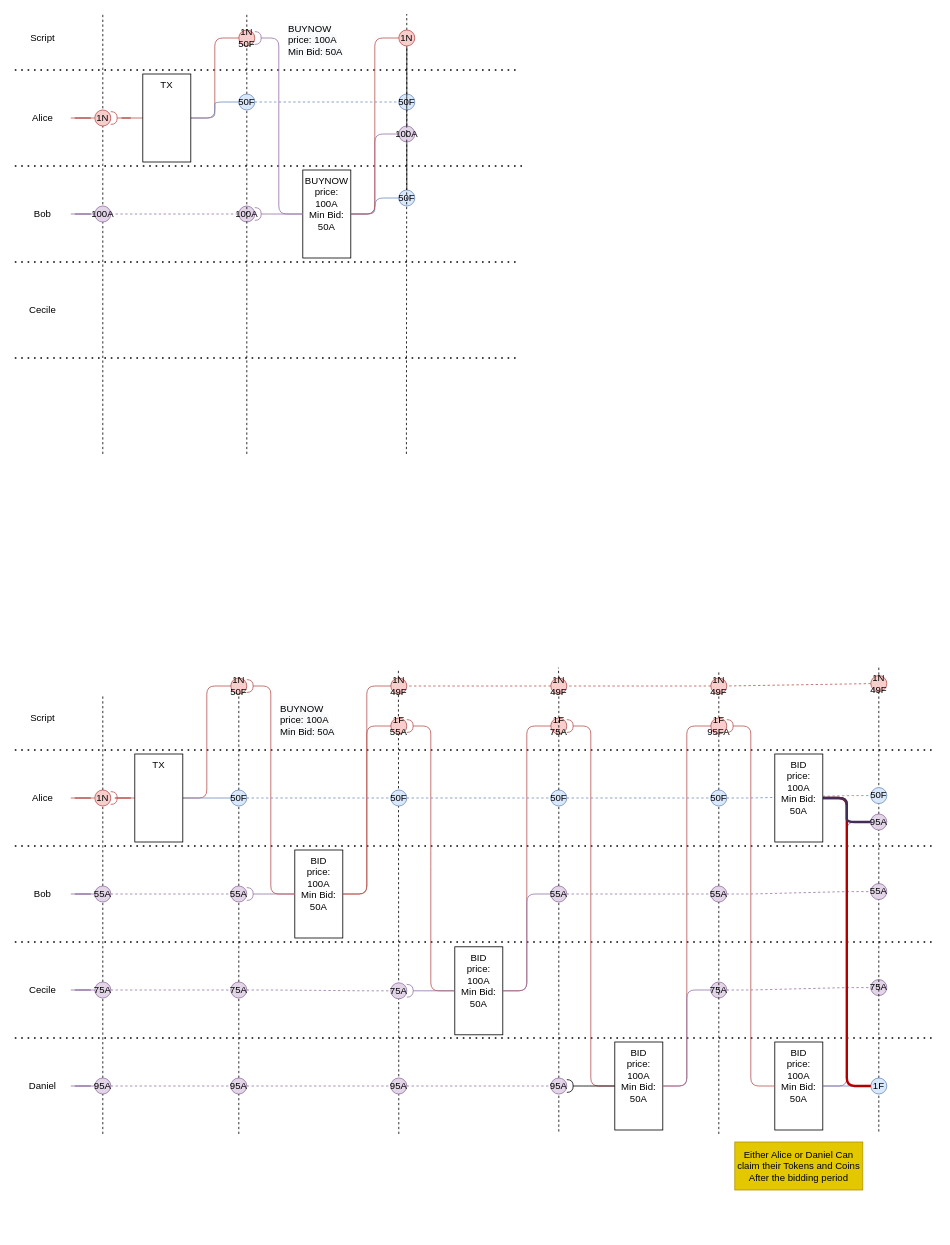
ilap/ShelleyStuffs keeps this draw.io diagram as diagrams/AuctionExample.drawio. Above is the earlier version. Source tidied: cells renumbered, new cells numbered last; positions are measured from the earlier drawing's top-left corner, leaving out a move shared by most shapes. Both pictures are drawn from the tidied source at 80%, with x=0, y=0 at pixel (14, 14).
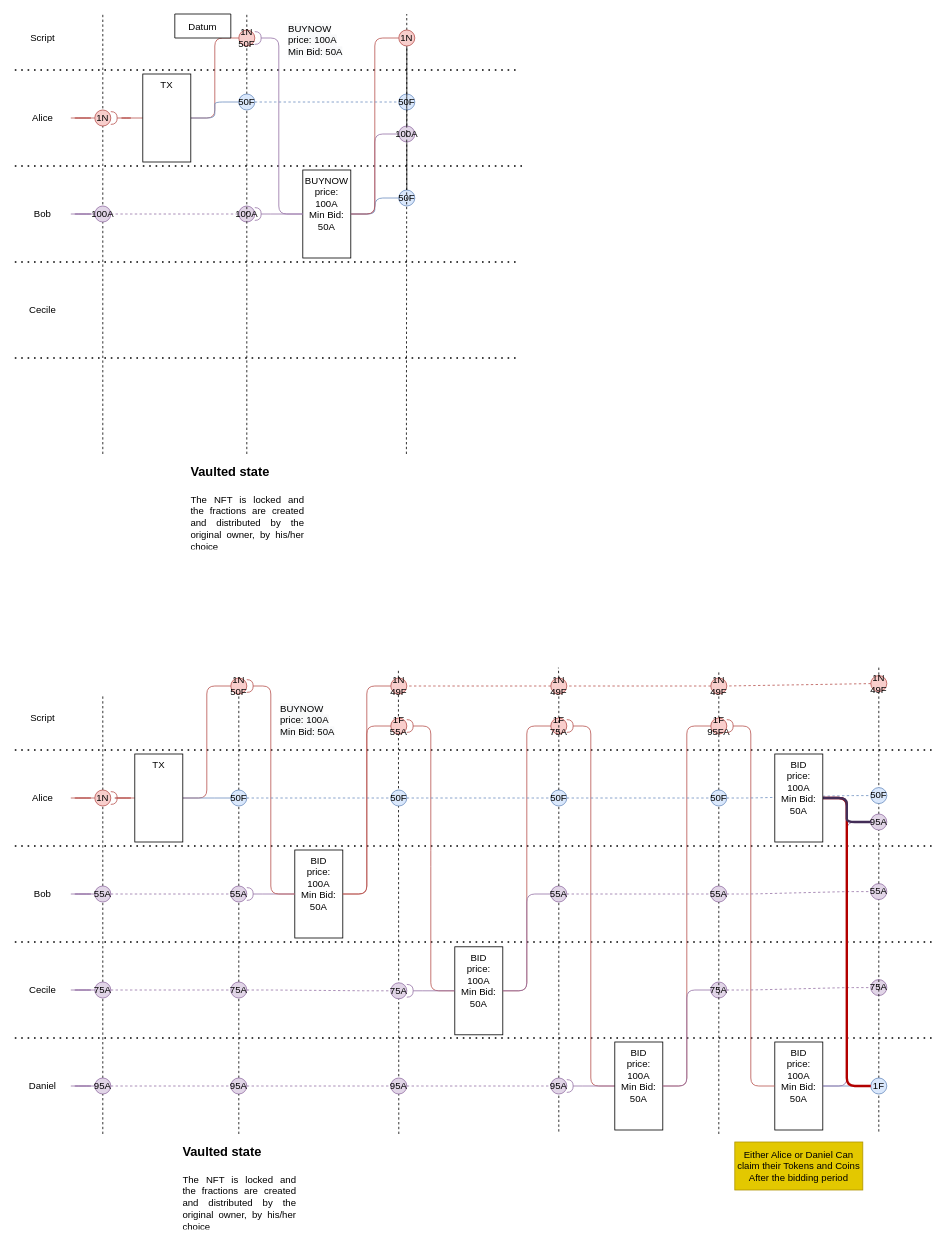
The same diagram, later.

The change refers to these unchanged cells:
```xml
<mxCell id="102" value="95A" style="ellipse;whiteSpace=wrap;html=1;fillColor=#e1d5e7;strokeColor=#9673a6;" parent="1" vertex="1">
  <mxGeometry x="670" y="1330" width="20" height="20" as="geometry" />
</mxCell>
<mxCell id="111" value="BID&lt;br&gt;price: 100A&lt;br&gt;Min Bid:&lt;br&gt;50A" style="rounded=0;whiteSpace=wrap;html=1;verticalAlign=top;" parent="1" vertex="1">
  <mxGeometry x="750" y="1285" width="60" height="110" as="geometry" />
</mxCell>
```

What changed in the source:
```diff
@@
-    <mxCell id="101" style="edgeStyle=entityRelationEdgeStyle;rounded=1;jettySize=auto;html=1;entryX=0;entryY=0.5;entryDx=0;entryDy=0;fontColor=default;startArrow=halfCircle;startFill=0;endArrow=none;endFill=0;" parent="1" edge="1" source="102" target="111">
+    <mxCell id="101" style="edgeStyle=entityRelationEdgeStyle;rounded=1;jettySize=auto;html=1;entryX=0;entryY=0.5;entryDx=0;entryDy=0;fontColor=default;startArrow=halfCircle;startFill=0;endArrow=none;endFill=0;fillColor=#e1d5e7;strokeColor=#9673a6;" parent="1" edge="1" source="102" target="111">
       <mxGeometry relative="1" as="geometry" />
     </mxCell>
@@
+    <mxCell id="149" value="Datum" style="swimlane;fontStyle=0;horizontal=1;startSize=30;" parent="1" vertex="1" collapsed="1">
+      <mxGeometry x="200" width="70" height="30" as="geometry" />
+    </mxCell>
+    <mxCell id="150" value="&lt;h1&gt;&lt;font style=&quot;font-size: 16px&quot;&gt;Vaulted state&lt;/font&gt;&lt;/h1&gt;&lt;p style=&quot;text-align: justify&quot;&gt;&lt;font style=&quot;font-size: 12px&quot;&gt;The NFT is locked and the&amp;nbsp;&lt;/font&gt;&lt;font&gt;fractions are created and distributed by the original owner,&amp;nbsp;&lt;/font&gt;&lt;span&gt;by his/her choice&lt;/span&gt;&lt;/p&gt;" style="text;html=1;strokeColor=none;fillColor=none;spacing=5;spacingTop=-20;whiteSpace=wrap;overflow=hidden;rounded=0;" parent="1" vertex="1">
+      <mxGeometry x="215" y="550" width="150" height="120" as="geometry" />
+    </mxCell>
+    <mxCell id="151" value="&lt;h1&gt;&lt;font style=&quot;font-size: 16px&quot;&gt;Vaulted state&lt;/font&gt;&lt;/h1&gt;&lt;p style=&quot;text-align: justify&quot;&gt;&lt;font style=&quot;font-size: 12px&quot;&gt;The NFT is locked and the&amp;nbsp;&lt;/font&gt;&lt;font&gt;fractions are created and distributed by the original owner,&amp;nbsp;&lt;/font&gt;&lt;span&gt;by his/her choice&lt;/span&gt;&lt;/p&gt;" style="text;html=1;strokeColor=none;fillColor=none;spacing=5;spacingTop=-20;whiteSpace=wrap;overflow=hidden;rounded=0;" parent="1" vertex="1">
+      <mxGeometry x="205" y="1400" width="150" height="120" as="geometry" />
+    </mxCell>
```
